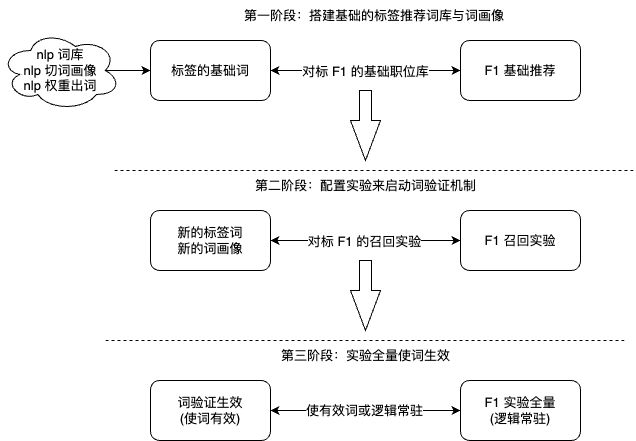
Before: work-draw-file/标签词分流方案.png, a diagram exported from draw.io (liujunao/draw-data). Source tidied: cells renumbered, new cells last; positions are measured from the earlier drawing's top-left corner, leaving out a move shared by most shapes.
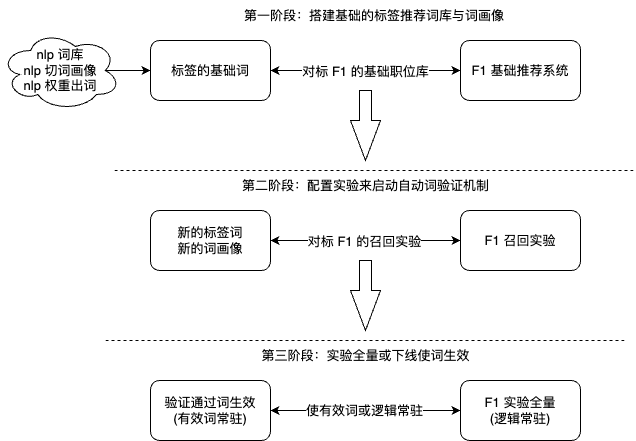
Later version of the same file.

Commit message:
更新标签词分流方案.png

What changed in the source:
```diff
@@ -5,7 +5,7 @@
     <mxCell id="2" value="标签的基础词" style="rounded=1;whiteSpace=wrap;html=1;" parent="1" vertex="1">
       <mxGeometry x="150" y="40" width="120" height="60" as="geometry" />
     </mxCell>
-    <mxCell id="3" value="F1 基础推荐" style="rounded=1;whiteSpace=wrap;html=1;" parent="1" vertex="1">
+    <mxCell id="3" value="F1 基础推荐系统" style="rounded=1;whiteSpace=wrap;html=1;" parent="1" vertex="1">
       <mxGeometry x="460" y="40" width="120" height="60" as="geometry" />
     </mxCell>
     <mxCell id="4" style="endArrow=classic;startArrow=classic;html=1;rounded=0;entryX=0;entryY=0.5;entryDx=0;entryDy=0;exitX=1;exitY=0.5;exitDx=0;exitDy=0;" parent="1" edge="1" source="2" target="3">
@@ -32,7 +32,7 @@
     <mxCell id="10" style="html=1;shadow=0;dashed=0;align=center;verticalAlign=middle;shape=mxgraph.arrows2.arrow;dy=0.6;dx=40;direction=south;notch=0;" parent="1" vertex="1">
       <mxGeometry x="350" y="90" width="30" height="70" as="geometry" />
     </mxCell>
-    <mxCell id="11" value="第二阶段：配置实验来启动词验证机制" style="text;html=1;strokeColor=none;fillColor=none;align=center;verticalAlign=middle;whiteSpace=wrap;rounded=0;" parent="1" vertex="1">
+    <mxCell id="11" value="第二阶段：配置实验来启动自动词验证机制" style="text;html=1;strokeColor=none;fillColor=none;align=center;verticalAlign=middle;whiteSpace=wrap;rounded=0;" parent="1" vertex="1">
       <mxGeometry x="232.5" y="170" width="265" height="30" as="geometry" />
     </mxCell>
     <mxCell id="12" style="endArrow=classic;startArrow=classic;html=1;rounded=0;entryX=0;entryY=0.5;entryDx=0;entryDy=0;exitX=1;exitY=0.5;exitDx=0;exitDy=0;" parent="1" edge="1" source="7" target="8">
@@ -50,7 +50,7 @@
     <mxCell id="15" style="html=1;shadow=0;dashed=0;align=center;verticalAlign=middle;shape=mxgraph.arrows2.arrow;dy=0.6;dx=40;direction=south;notch=0;" parent="1" vertex="1">
       <mxGeometry x="350" y="260" width="30" height="70" as="geometry" />
     </mxCell>
-    <mxCell id="16" value="第三阶段：实验全量使词生效" style="text;html=1;strokeColor=none;fillColor=none;align=center;verticalAlign=middle;whiteSpace=wrap;rounded=0;" parent="1" vertex="1">
+    <mxCell id="16" value="第三阶段：实验全量或下线使词生效" style="text;html=1;strokeColor=none;fillColor=none;align=center;verticalAlign=middle;whiteSpace=wrap;rounded=0;" parent="1" vertex="1">
       <mxGeometry x="222.5" y="340" width="285" height="30" as="geometry" />
     </mxCell>
     <mxCell id="17" style="edgeStyle=orthogonalEdgeStyle;rounded=0;jettySize=auto;html=1;exitX=0.875;exitY=0.5;exitDx=0;exitDy=0;exitPerimeter=0;entryX=0;entryY=0.5;entryDx=0;entryDy=0;" parent="1" edge="1" source="18" target="2">
@@ -59,7 +59,7 @@
     <mxCell id="18" value="nlp 词库&lt;br style=&quot;border-color: var(--border-color);&quot;&gt;nlp 切词画像&lt;br style=&quot;border-color: var(--border-color);&quot;&gt;nlp 权重出词" style="ellipse;shape=cloud;whiteSpace=wrap;html=1;" parent="1" vertex="1">
       <mxGeometry y="30" width="120" height="80" as="geometry" />
     </mxCell>
-    <mxCell id="19" value="词验证生效&lt;br&gt;(使词有效)" style="rounded=1;whiteSpace=wrap;html=1;" parent="1" vertex="1">
+    <mxCell id="19" value="验证通过词生效&lt;br&gt;(有效词常驻)" style="rounded=1;whiteSpace=wrap;html=1;" parent="1" vertex="1">
       <mxGeometry x="150" y="380" width="120" height="60" as="geometry" />
     </mxCell>
     <mxCell id="20" value="F1 实验全量&lt;br&gt;(逻辑常驻)" style="rounded=1;whiteSpace=wrap;html=1;" parent="1" vertex="1">
```
